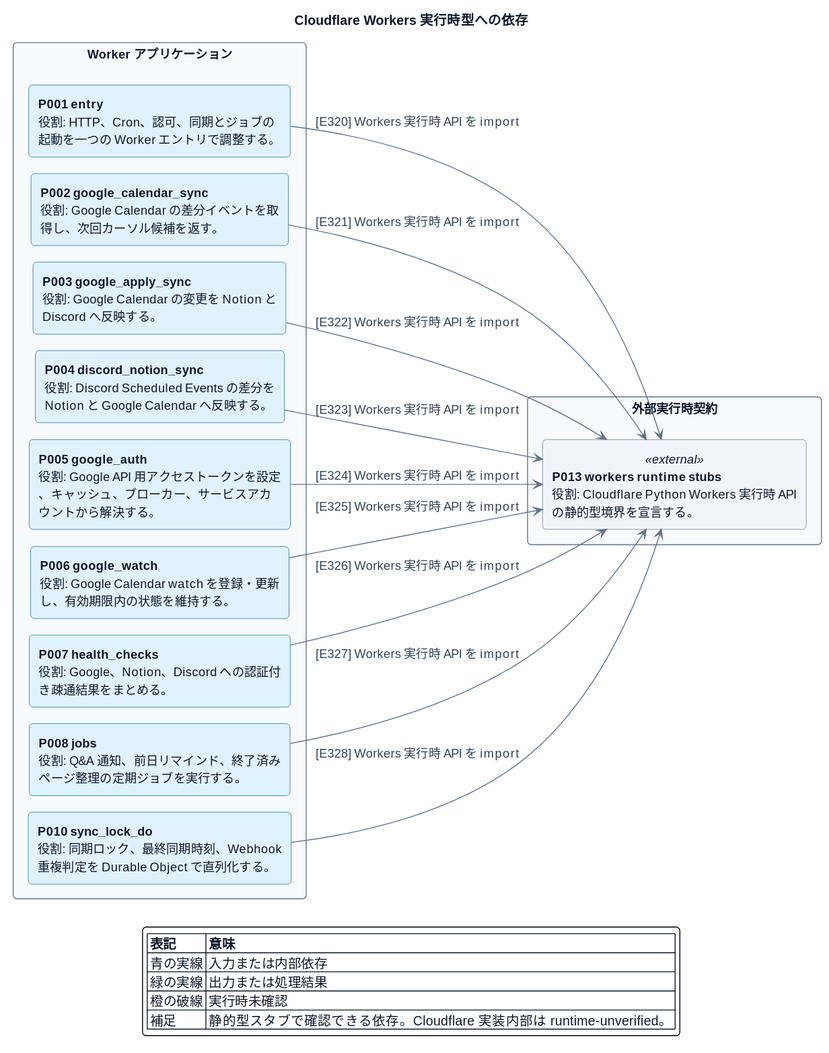
The PlantUML diagram docs/architecture/plantuml/rendered/modules/runtime-dependencies.svg in ichipiro/IE_Event_Bot, before a commit.
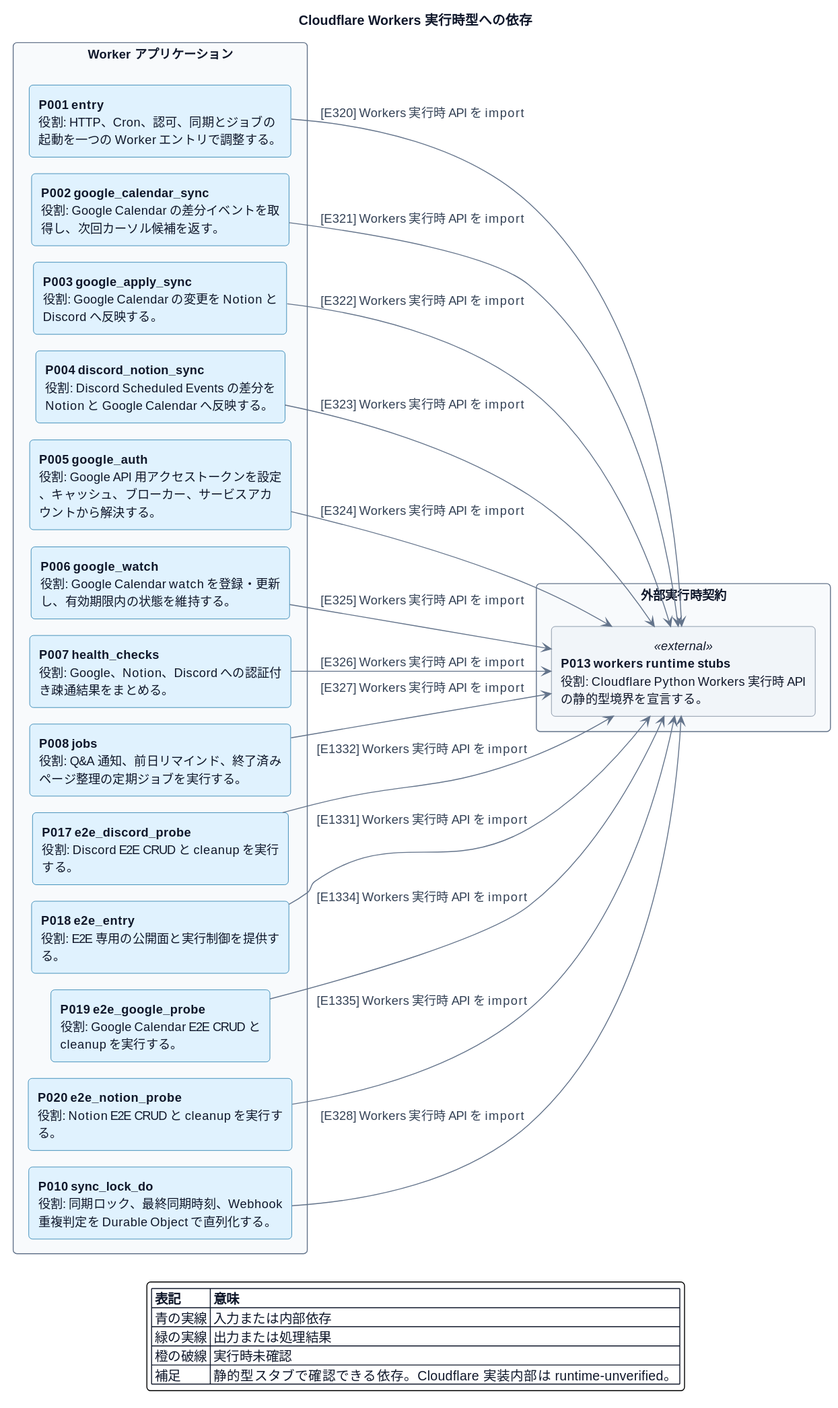
Above is the later version.

Diff of the diagram source:
```diff
@@ -12,6 +12,10 @@
   component "<b>P006 google_watch</b>\n役割: Google Calendar watch を登録・更新し、有効期限内の状態を維持する。" as P006
   component "<b>P007 health_checks</b>\n役割: Google、Notion、Discord への認証付き疎通結果をまとめる。" as P007
   component "<b>P008 jobs</b>\n役割: Q&A 通知、前日リマインド、終了済みページ整理の定期ジョブを実行する。" as P008
+  component "<b>P017 e2e_discord_probe</b>\n役割: Discord E2E CRUD と cleanup を実行する。" as P017
+  component "<b>P018 e2e_entry</b>\n役割: E2E 専用の公開面と実行制御を提供する。" as P018
+  component "<b>P019 e2e_google_probe</b>\n役割: Google Calendar E2E CRUD と cleanup を実行する。" as P019
+  component "<b>P020 e2e_notion_probe</b>\n役割: Notion E2E CRUD と cleanup を実行する。" as P020
   component "<b>P010 sync_lock_do</b>\n役割: 同期ロック、最終同期時刻、Webhook 重複判定を Durable Object で直列化する。" as P010
 }
 package "外部実行時契約" {
@@ -26,6 +30,10 @@
 P007 -[#64748B]-> P013 : [E326] Workers 実行時 API を import
 P008 -[#64748B]-> P013 : [E327] Workers 実行時 API を import
 P010 -[#64748B]-> P013 : [E328] Workers 実行時 API を import
+P018 -[#64748B]-> P013 : [E1331] Workers 実行時 API を import
+P017 -[#64748B]-> P013 : [E1332] Workers 実行時 API を import
+P019 -[#64748B]-> P013 : [E1334] Workers 実行時 API を import
+P020 -[#64748B]-> P013 : [E1335] Workers 実行時 API を import
 legend bottom
   |= 表記 |= 意味 |
   | 青の実線 | 入力または内部依存 |
```
